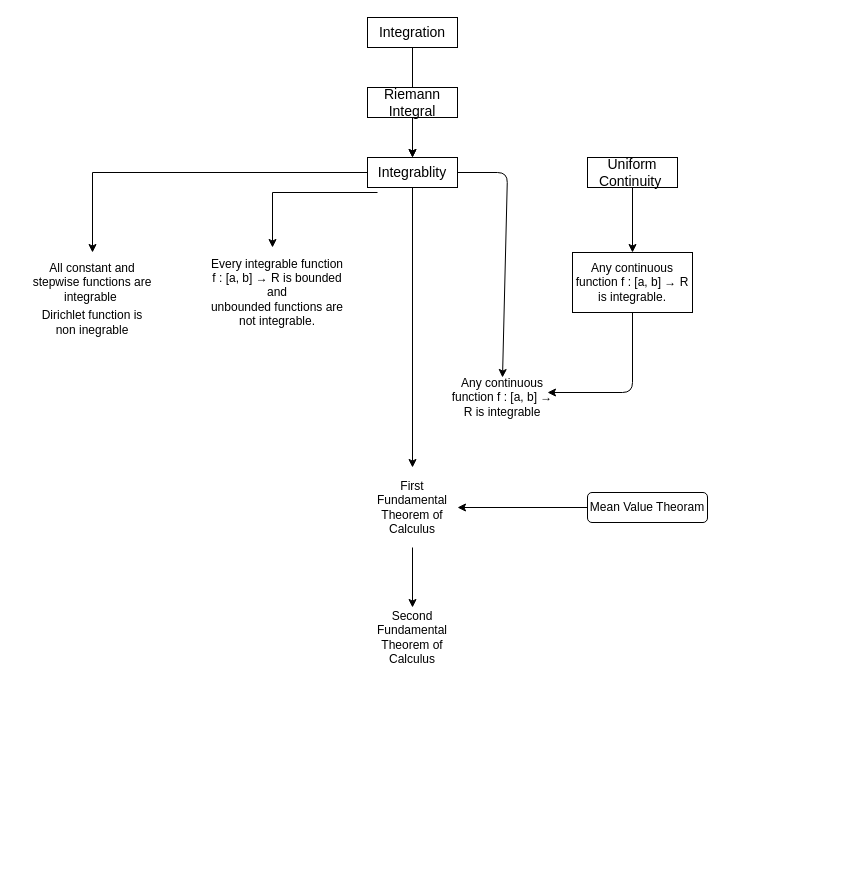
Earlier version of the draw.io diagram Untitled Diagram.drawio (ajax711/Calculus). Source tidied: cells renumbered, new cells numbered last; positions are measured from the earlier drawing's top-left corner, leaving out a move shared by most shapes. Both pictures are drawn from the tidied source at 100%, with x=0, y=0 at pixel (27, 17).
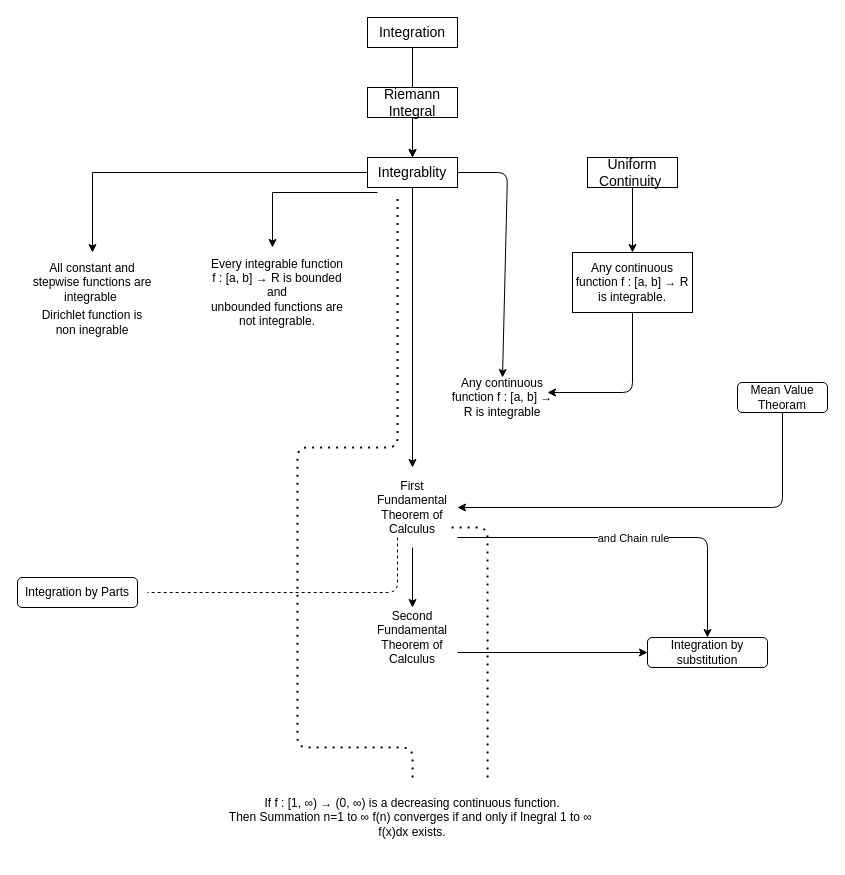
After the change.

The edit, as a diff of the source:
```diff
@@
     <mxCell id="21" value="Mean Value Theoram" style="rounded=1;whiteSpace=wrap;html=1;" parent="1" vertex="1">
-      <mxGeometry x="560" y="475" width="120" height="30" as="geometry" />
+      <mxGeometry x="710" y="365" width="90" height="30" as="geometry" />
     </mxCell>
-    <mxCell id="22" style="endArrow=classic;html=1;exitX=0;exitY=0.5;exitDx=0;exitDy=0;" parent="1" edge="1" source="21">
+    <mxCell id="22" style="endArrow=classic;html=1;exitX=0.5;exitY=1;exitDx=0;exitDy=0;" parent="1" edge="1" source="21">
       <mxGeometry relative="1" as="geometry">
         <mxPoint x="430" y="490" as="targetPoint" />
+        <Array as="points">
+          <mxPoint x="755" y="490" />
+        </Array>
       </mxGeometry>
     </mxCell>
@@
+    <mxCell id="24" value="If f : [1, ∞) → (0, ∞) is a decreasing continuous function.&lt;br&gt;Then Summation n=1 to ∞ f(n) converges if and only if Inegral 1 to ∞&amp;nbsp;&lt;br&gt;f(x)dx exists." style="text;html=1;strokeColor=none;fillColor=none;align=center;verticalAlign=middle;whiteSpace=wrap;rounded=0;" parent="1" vertex="1">
+      <mxGeometry x="200" y="760" width="370" height="80" as="geometry" />
+    </mxCell>
+    <mxCell id="25" style="endArrow=none;dashed=1;html=1;dashPattern=1 3;strokeWidth=2;" parent="1" edge="1">
+      <mxGeometry relative="1" as="geometry">
+        <mxPoint x="385" y="760" as="sourcePoint" />
+        <mxPoint x="370" y="180" as="targetPoint" />
+        <Array as="points">
+          <mxPoint x="385" y="730" />
+          <mxPoint x="270" y="730" />
+          <mxPoint x="270" y="430" />
+          <mxPoint x="370" y="430" />
+        </Array>
+      </mxGeometry>
+    </mxCell>
+    <mxCell id="26" style="endArrow=none;dashed=1;html=1;dashPattern=1 3;strokeWidth=2;exitX=0.703;exitY=0;exitDx=0;exitDy=0;exitPerimeter=0;" parent="1" edge="1" source="24">
+      <mxGeometry relative="1" as="geometry">
+        <mxPoint x="420" y="510" as="targetPoint" />
+        <Array as="points">
+          <mxPoint x="460" y="510" />
+        </Array>
+      </mxGeometry>
+    </mxCell>
+    <mxCell id="27" value="Integration by Parts" style="rounded=1;whiteSpace=wrap;html=1;" parent="1" vertex="1">
+      <mxGeometry x="-10" y="560" width="120" height="30" as="geometry" />
+    </mxCell>
+    <mxCell id="28" value="Integration by substitution" style="rounded=1;whiteSpace=wrap;html=1;" parent="1" vertex="1">
+      <mxGeometry x="620" y="620" width="120" height="30" as="geometry" />
+    </mxCell>
+    <mxCell id="29" style="endArrow=none;dashed=1;html=1;" parent="1" edge="1">
+      <mxGeometry relative="1" as="geometry">
+        <mxPoint x="370" y="520" as="sourcePoint" />
+        <mxPoint x="120" y="575" as="targetPoint" />
+        <Array as="points">
+          <mxPoint x="370" y="575" />
+        </Array>
+      </mxGeometry>
+    </mxCell>
+    <mxCell id="30" style="endArrow=classic;html=1;entryX=0.5;entryY=0;entryDx=0;entryDy=0;" parent="1" edge="1" target="28">
+      <mxGeometry relative="1" as="geometry">
+        <mxPoint x="430" y="520" as="sourcePoint" />
+        <Array as="points">
+          <mxPoint x="680" y="520" />
+        </Array>
+      </mxGeometry>
+    </mxCell>
+    <mxCell id="31" value="and Chain rule" style="edgeLabel;html=1;align=center;verticalAlign=middle;" parent="30" vertex="1">
+      <mxGeometry relative="1" as="geometry" />
+    </mxCell>
+    <mxCell id="32" style="endArrow=classic;html=1;entryX=0;entryY=0.5;entryDx=0;entryDy=0;" parent="1" edge="1" target="28">
+      <mxGeometry relative="1" as="geometry">
+        <mxPoint x="430" y="635" as="sourcePoint" />
+      </mxGeometry>
+    </mxCell>
```
